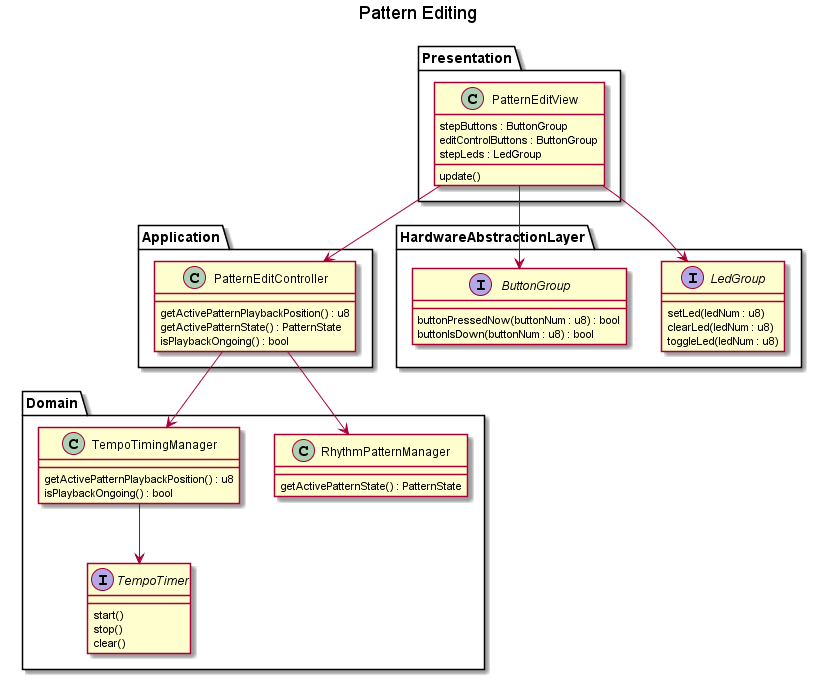
This is doc/plantuml/img/class_diagrams/february2020/pattern_editing.png from Warwolt/tr2k_drum_machine, a PlantUML export, as it was before one commit. Its diagram source:
```plantuml
@startuml

Title Pattern Editing

package Presentation {
    class PatternEditView {
        stepButtons : ButtonGroup
        editControlButtons : ButtonGroup
        stepLeds : LedGroup
        update()
    }
}

package Application {
    class PatternEditController {
        getActivePatternPlaybackPosition() : u8
        getActivePatternState() : PatternState
        isPlaybackOngoing() : bool
    }
}

package Domain {
    class RhythmPatternManager {
        getActivePatternState() : PatternState
    }
    class TempoTimingManager {
        getActivePatternPlaybackPosition() : u8
        isPlaybackOngoing() : bool
    }
    interface TempoTimer {
        start()
        stop()
        clear()
    }
}

package HardwareAbstractionLayer {
    interface LedGroup {
        setLed(ledNum : u8)
        clearLed(ledNum : u8)
        toggleLed(ledNum : u8)
    }
    interface ButtonGroup {
        buttonPressedNow(buttonNum : u8) : bool
        buttonIsDown(buttonNum : u8) : bool
    }
}

PatternEditView -down-> PatternEditController
PatternEditView -down-> ButtonGroup
PatternEditView -down-> LedGroup

PatternEditController -down-> TempoTimingManager
PatternEditController -down-> RhythmPatternManager
TempoTimingManager -down-> TempoTimer

@enduml
```
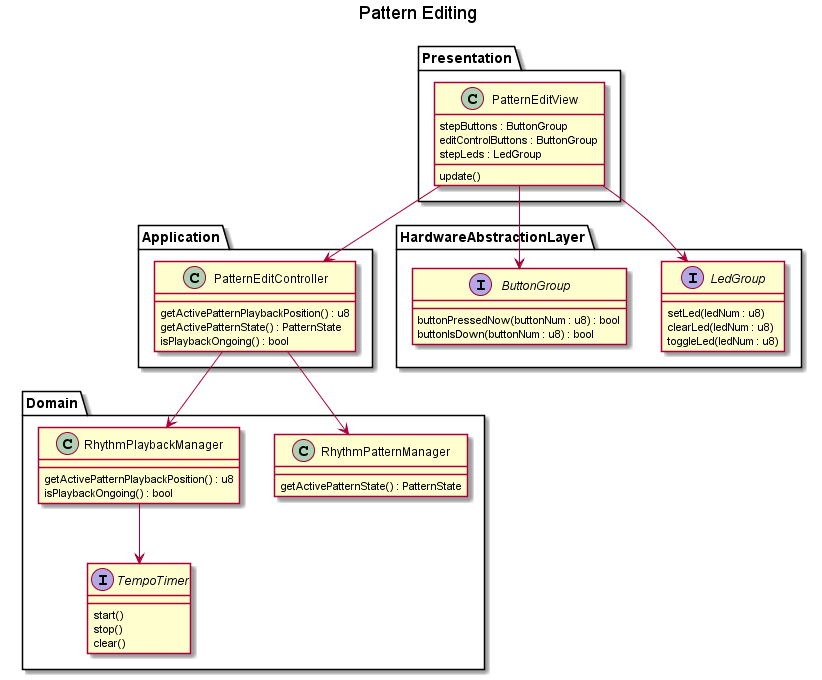
Above is the later version.

Commit message:
Rename TempoTimingManager to RhythmPlaybackManager

The edit, as a diff of the source:
```diff
@@ -23,7 +23,7 @@
     class RhythmPatternManager {
         getActivePatternState() : PatternState
     }
-    class TempoTimingManager {
+    class RhythmPlaybackManager {
         getActivePatternPlaybackPosition() : u8
         isPlaybackOngoing() : bool
     }
@@ -50,8 +50,8 @@
 PatternEditView -down-> ButtonGroup
 PatternEditView -down-> LedGroup
 
-PatternEditController -down-> TempoTimingManager
+PatternEditController -down-> RhythmPlaybackManager
 PatternEditController -down-> RhythmPatternManager
-TempoTimingManager -down-> TempoTimer
+RhythmPlaybackManager -down-> TempoTimer
 
 @enduml
```
